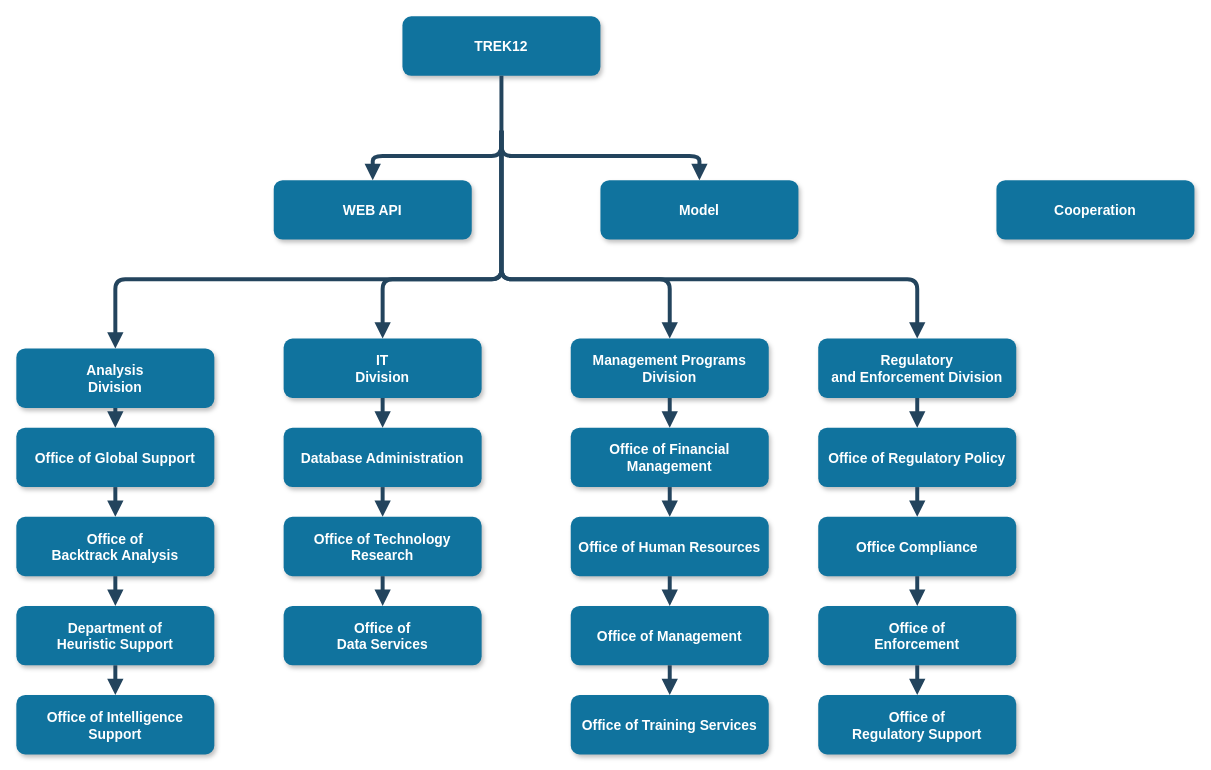
This is Diagramme sans nom.drawio from Theo03300/Sae4.01, a draw.io file, before an edit. Source tidied: cells renumbered, new cells numbered last; positions are measured from the earlier drawing's top-left corner, leaving out a move shared by most shapes. Both pictures are drawn from the tidied source at 99%, with x=0, y=0 at pixel (16, 16).
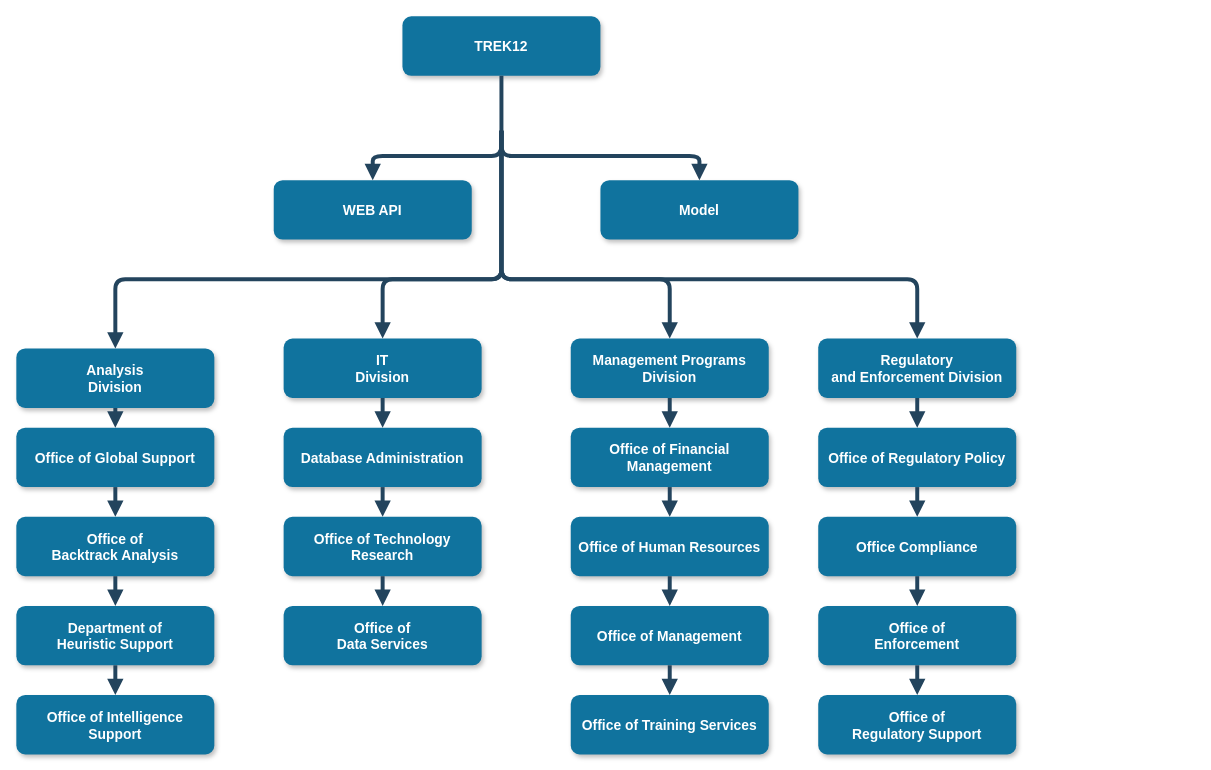
Above is the later version.

Commit message:
Mettre à jour WBS.drawio

Diff of the diagram source:
```diff
@@
-    <mxCell id="5" value="Cooperation" style="rounded=1;fillColor=#10739E;strokeColor=none;shadow=1;gradientColor=none;fontStyle=1;fontColor=#FFFFFF;fontSize=14;" parent="1" vertex="1">
-      <mxGeometry x="990" y="165.5" width="200" height="60" as="geometry" />
-    </mxCell>
```
